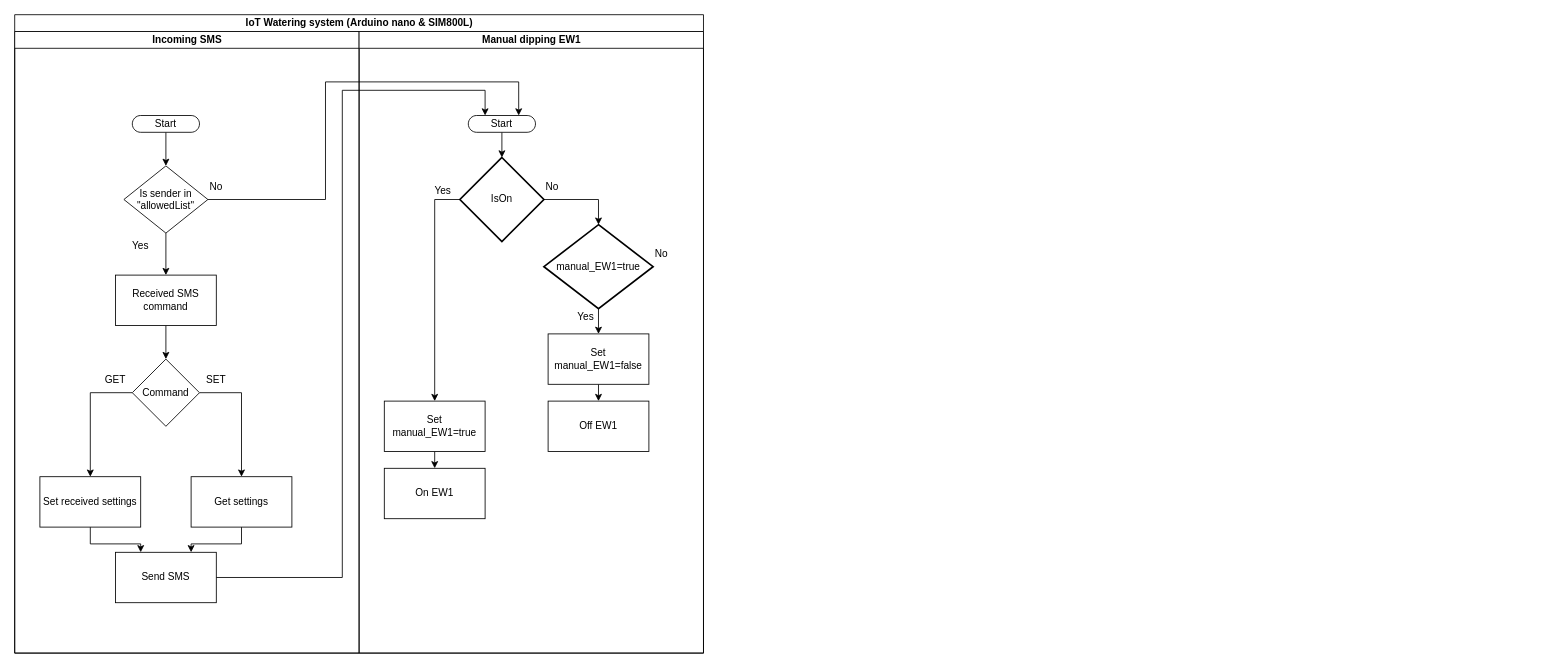
SylwekGr/IoTWaterSystem-ArduinoNano_And_SIM800L keeps this draw.io diagram as Flow.drawio. Above is the earlier version. Source tidied: cells renumbered, new cells numbered last; positions are measured from the earlier drawing's top-left corner, leaving out a move shared by most shapes. Both pictures are drawn from the tidied source at 84%, with x=0, y=0 at pixel (14, 14).
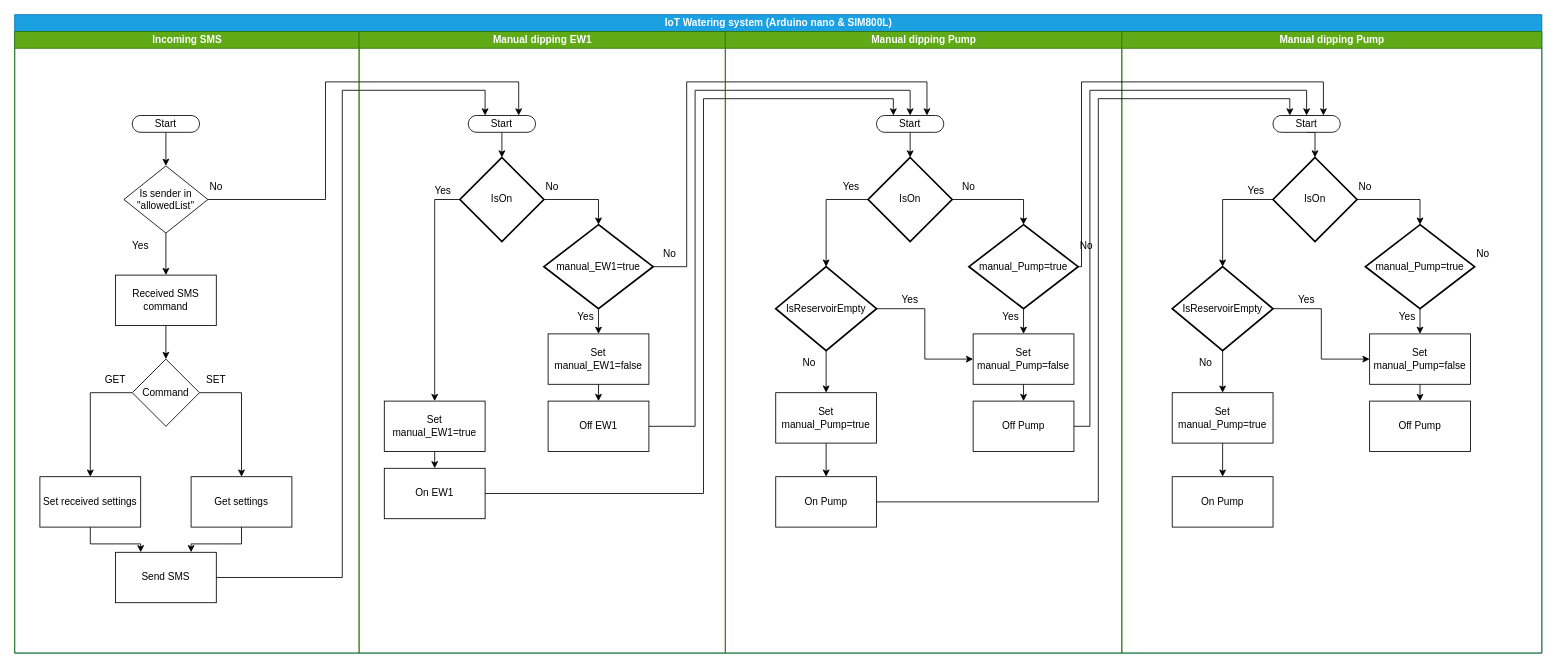
The same page after the edit.

The change refers to these unchanged cells:
```xml
<mxCell id="33" value="&lt;div style=&quot;font-size: 12px;&quot;&gt;manual_EW1=true&lt;br style=&quot;font-size: 12px;&quot;&gt;&lt;/div&gt;" style="strokeWidth=2;html=1;shape=mxgraph.flowchart.decision;whiteSpace=wrap;fontSize=12;" parent="24" vertex="1">
  <mxGeometry x="220" y="230" width="130" height="100" as="geometry" />
</mxCell>
<mxCell id="40" value="On EW1" style="whiteSpace=wrap;html=1;" parent="24" vertex="1">
  <mxGeometry x="30" y="520" width="120" height="60" as="geometry" />
</mxCell>
<mxCell id="41" value="Off EW1" style="whiteSpace=wrap;html=1;" parent="24" vertex="1">
  <mxGeometry x="225" y="440" width="120" height="60" as="geometry" />
</mxCell>
```

Change to the diagram source:
```diff
@@
-    <mxCell id="2" value="IoT Watering system (Arduino nano &amp;amp; SIM800L)" style="swimlane;startSize=20;html=1;" parent="1" vertex="1">
-      <mxGeometry width="820" height="760" as="geometry" />
+    <mxCell id="2" value="IoT Watering system (Arduino nano &amp;amp; SIM800L)" style="swimlane;startSize=20;html=1;strokeColor=#006EAF;fillColor=#1ba1e2;fontColor=#ffffff;" parent="1" vertex="1">
+      <mxGeometry width="1818" height="760" as="geometry" />
     </mxCell>
-    <mxCell id="3" value="Incoming SMS" style="swimlane;startSize=20;html=1;" parent="2" vertex="1">
+    <mxCell id="3" value="Incoming SMS" style="swimlane;startSize=20;html=1;fillColor=#60a917;fontColor=#ffffff;strokeColor=#2D7600;" parent="2" vertex="1">
       <mxGeometry y="20" width="410" height="740" as="geometry" />
     </mxCell>
@@
-    <mxCell id="24" value="Manual dipping EW1" style="swimlane;startSize=20;html=1;" parent="2" vertex="1">
-      <mxGeometry x="410" y="20" width="410" height="740" as="geometry" />
+    <mxCell id="24" value="Manual dipping EW1" style="swimlane;startSize=20;html=1;fillColor=#60a917;fontColor=#ffffff;strokeColor=#2D7600;" parent="2" vertex="1">
+      <mxGeometry x="410" y="20" width="436" height="740" as="geometry" />
     </mxCell>
@@
     <mxCell id="34" value="No" style="text;html=1;strokeColor=none;fillColor=none;align=center;verticalAlign=middle;whiteSpace=wrap;rounded=0;" parent="24" vertex="1">
-      <mxGeometry x="350" y="250" width="20" height="30" as="geometry" />
+      <mxGeometry x="360" y="250" width="20" height="30" as="geometry" />
     </mxCell>
@@
+    <mxCell id="42" style="edgeStyle=orthogonalEdgeStyle;rounded=0;jettySize=auto;html=1;exitX=1;exitY=0.5;exitDx=0;exitDy=0;exitPerimeter=0;entryX=0.75;entryY=0;entryDx=0;entryDy=0;entryPerimeter=0;" parent="2" edge="1" source="33" target="47">
+      <mxGeometry relative="1" as="geometry">
+        <Array as="points">
+          <mxPoint x="800" y="300" />
+          <mxPoint x="800" y="80" />
+          <mxPoint x="1086" y="80" />
+        </Array>
+      </mxGeometry>
+    </mxCell>
+    <mxCell id="43" style="edgeStyle=orthogonalEdgeStyle;rounded=0;jettySize=auto;html=1;exitX=1;exitY=0.5;exitDx=0;exitDy=0;entryX=0.5;entryY=0.5;entryDx=0;entryDy=-10;entryPerimeter=0;" parent="2" edge="1" source="41" target="47">
+      <mxGeometry relative="1" as="geometry">
+        <Array as="points">
+          <mxPoint x="810" y="490" />
+          <mxPoint x="810" y="90" />
+          <mxPoint x="1066" y="90" />
+        </Array>
+      </mxGeometry>
+    </mxCell>
+    <mxCell id="44" style="edgeStyle=orthogonalEdgeStyle;rounded=0;jettySize=auto;html=1;exitX=1;exitY=0.5;exitDx=0;exitDy=0;entryX=0.25;entryY=0;entryDx=0;entryDy=0;entryPerimeter=0;" parent="2" edge="1" source="40" target="47">
+      <mxGeometry relative="1" as="geometry">
+        <Array as="points">
+          <mxPoint x="820" y="570" />
+          <mxPoint x="820" y="100" />
+          <mxPoint x="1046" y="100" />
+        </Array>
+      </mxGeometry>
+    </mxCell>
+    <mxCell id="45" value="Manual dipping Pump" style="swimlane;startSize=20;html=1;fillColor=#60a917;fontColor=#ffffff;strokeColor=#2D7600;" parent="2" vertex="1">
+      <mxGeometry x="846" y="20" width="472" height="740" as="geometry" />
+    </mxCell>
+    <mxCell id="46" style="edgeStyle=orthogonalEdgeStyle;rounded=0;jettySize=auto;html=1;exitX=0.5;exitY=0.5;exitDx=0;exitDy=10;exitPerimeter=0;entryX=0.5;entryY=0;entryDx=0;entryDy=0;entryPerimeter=0;" parent="45" edge="1" source="47" target="50">
+      <mxGeometry relative="1" as="geometry" />
+    </mxCell>
+    <mxCell id="47" value="Start" style="html=1;dashed=0;whiteSpace=wrap;shape=mxgraph.dfd.start;" parent="45" vertex="1">
+      <mxGeometry x="180" y="100" width="80" height="20" as="geometry" />
+    </mxCell>
+    <mxCell id="48" style="edgeStyle=orthogonalEdgeStyle;rounded=0;jettySize=auto;html=1;exitX=1;exitY=0.5;exitDx=0;exitDy=0;exitPerimeter=0;entryX=0.5;entryY=0;entryDx=0;entryDy=0;entryPerimeter=0;" parent="45" edge="1" source="50" target="54">
+      <mxGeometry relative="1" as="geometry" />
+    </mxCell>
+    <mxCell id="49" style="edgeStyle=orthogonalEdgeStyle;rounded=0;jettySize=auto;html=1;exitX=0;exitY=0.5;exitDx=0;exitDy=0;exitPerimeter=0;" parent="45" edge="1" source="50" target="65">
+      <mxGeometry relative="1" as="geometry" />
+    </mxCell>
+    <mxCell id="50" value="IsOn" style="strokeWidth=2;html=1;shape=mxgraph.flowchart.decision;whiteSpace=wrap;" parent="45" vertex="1">
+      <mxGeometry x="170" y="150" width="100" height="100" as="geometry" />
+    </mxCell>
+    <mxCell id="51" value="No" style="text;html=1;strokeColor=none;fillColor=none;align=center;verticalAlign=middle;whiteSpace=wrap;rounded=0;" parent="45" vertex="1">
+      <mxGeometry x="280" y="170" width="20" height="30" as="geometry" />
+    </mxCell>
+    <mxCell id="52" value="Yes" style="text;html=1;strokeColor=none;fillColor=none;align=center;verticalAlign=middle;whiteSpace=wrap;rounded=0;" parent="45" vertex="1">
+      <mxGeometry x="140" y="175" width="20" height="20" as="geometry" />
+    </mxCell>
+    <mxCell id="53" style="edgeStyle=orthogonalEdgeStyle;rounded=0;jettySize=auto;html=1;exitX=0.5;exitY=1;exitDx=0;exitDy=0;exitPerimeter=0;entryX=0.5;entryY=0;entryDx=0;entryDy=0;" parent="45" edge="1" source="54" target="57">
+      <mxGeometry relative="1" as="geometry" />
+    </mxCell>
+    <mxCell id="54" value="&lt;div style=&quot;font-size: 12px;&quot;&gt;manual_Pump=true&lt;br style=&quot;font-size: 12px;&quot;&gt;&lt;/div&gt;" style="strokeWidth=2;html=1;shape=mxgraph.flowchart.decision;whiteSpace=wrap;fontSize=12;" parent="45" vertex="1">
+      <mxGeometry x="290" y="230" width="130" height="100" as="geometry" />
+    </mxCell>
+    <mxCell id="55" value="No" style="text;html=1;strokeColor=none;fillColor=none;align=center;verticalAlign=middle;whiteSpace=wrap;rounded=0;" parent="45" vertex="1">
+      <mxGeometry x="420" y="240" width="20" height="30" as="geometry" />
+    </mxCell>
+    <mxCell id="56" style="edgeStyle=orthogonalEdgeStyle;rounded=0;jettySize=auto;html=1;exitX=0.5;exitY=1;exitDx=0;exitDy=0;entryX=0.5;entryY=0;entryDx=0;entryDy=0;" parent="45" edge="1" source="57" target="62">
+      <mxGeometry relative="1" as="geometry" />
+    </mxCell>
+    <mxCell id="57" value="Set manual_Pump=false" style="whiteSpace=wrap;html=1;" parent="45" vertex="1">
+      <mxGeometry x="295" y="360" width="120" height="60" as="geometry" />
+    </mxCell>
+    <mxCell id="58" value="Yes" style="text;html=1;strokeColor=none;fillColor=none;align=center;verticalAlign=middle;whiteSpace=wrap;rounded=0;" parent="45" vertex="1">
+      <mxGeometry x="330" y="330" width="20" height="20" as="geometry" />
+    </mxCell>
+    <mxCell id="59" style="edgeStyle=orthogonalEdgeStyle;rounded=0;jettySize=auto;html=1;exitX=0.5;exitY=1;exitDx=0;exitDy=0;entryX=0.5;entryY=0;entryDx=0;entryDy=0;" parent="45" edge="1" source="60" target="61">
+      <mxGeometry relative="1" as="geometry" />
+    </mxCell>
+    <mxCell id="60" value="Set manual_Pump=true" style="whiteSpace=wrap;html=1;" parent="45" vertex="1">
+      <mxGeometry x="60" y="430" width="120" height="60" as="geometry" />
+    </mxCell>
+    <mxCell id="61" value="On Pump" style="whiteSpace=wrap;html=1;" parent="45" vertex="1">
+      <mxGeometry x="60" y="530" width="120" height="60" as="geometry" />
+    </mxCell>
+    <mxCell id="62" value="Off Pump" style="whiteSpace=wrap;html=1;" parent="45" vertex="1">
+      <mxGeometry x="295" y="440" width="120" height="60" as="geometry" />
+    </mxCell>
+    <mxCell id="63" style="edgeStyle=orthogonalEdgeStyle;rounded=0;jettySize=auto;html=1;exitX=1;exitY=0.5;exitDx=0;exitDy=0;exitPerimeter=0;entryX=0;entryY=0.5;entryDx=0;entryDy=0;" parent="45" edge="1" source="65" target="57">
+      <mxGeometry relative="1" as="geometry" />
+    </mxCell>
+    <mxCell id="64" style="edgeStyle=orthogonalEdgeStyle;rounded=0;jettySize=auto;html=1;exitX=0.5;exitY=1;exitDx=0;exitDy=0;exitPerimeter=0;entryX=0.5;entryY=0;entryDx=0;entryDy=0;" parent="45" edge="1" source="65" target="60">
+      <mxGeometry relative="1" as="geometry" />
+    </mxCell>
+    <mxCell id="65" value="IsReservoirEmpty" style="strokeWidth=2;html=1;shape=mxgraph.flowchart.decision;whiteSpace=wrap;" parent="45" vertex="1">
+      <mxGeometry x="60" y="280" width="120" height="100" as="geometry" />
+    </mxCell>
+    <mxCell id="66" value="Yes" style="text;html=1;strokeColor=none;fillColor=none;align=center;verticalAlign=middle;whiteSpace=wrap;rounded=0;" parent="45" vertex="1">
+      <mxGeometry x="210" y="310" width="20" height="20" as="geometry" />
+    </mxCell>
+    <mxCell id="67" value="No" style="text;html=1;strokeColor=none;fillColor=none;align=center;verticalAlign=middle;whiteSpace=wrap;rounded=0;" parent="45" vertex="1">
+      <mxGeometry x="90" y="380" width="20" height="30" as="geometry" />
+    </mxCell>
+    <mxCell id="68" value="Manual dipping Pump" style="swimlane;startSize=20;html=1;fillColor=#60a917;fontColor=#ffffff;strokeColor=#2D7600;" parent="2" vertex="1">
+      <mxGeometry x="1318" y="20" width="500" height="740" as="geometry" />
+    </mxCell>
+    <mxCell id="69" style="edgeStyle=orthogonalEdgeStyle;rounded=0;jettySize=auto;html=1;exitX=0.5;exitY=0.5;exitDx=0;exitDy=10;exitPerimeter=0;entryX=0.5;entryY=0;entryDx=0;entryDy=0;entryPerimeter=0;" parent="68" edge="1" source="70" target="73">
+      <mxGeometry relative="1" as="geometry" />
+    </mxCell>
+    <mxCell id="70" value="Start" style="html=1;dashed=0;whiteSpace=wrap;shape=mxgraph.dfd.start;" parent="68" vertex="1">
+      <mxGeometry x="180" y="100" width="80" height="20" as="geometry" />
+    </mxCell>
+    <mxCell id="71" style="edgeStyle=orthogonalEdgeStyle;rounded=0;jettySize=auto;html=1;exitX=1;exitY=0.5;exitDx=0;exitDy=0;exitPerimeter=0;entryX=0.5;entryY=0;entryDx=0;entryDy=0;entryPerimeter=0;" parent="68" edge="1" source="73" target="77">
+      <mxGeometry relative="1" as="geometry" />
+    </mxCell>
+    <mxCell id="72" style="edgeStyle=orthogonalEdgeStyle;rounded=0;jettySize=auto;html=1;exitX=0;exitY=0.5;exitDx=0;exitDy=0;exitPerimeter=0;" parent="68" edge="1" source="73" target="88">
+      <mxGeometry relative="1" as="geometry" />
+    </mxCell>
+    <mxCell id="73" value="IsOn" style="strokeWidth=2;html=1;shape=mxgraph.flowchart.decision;whiteSpace=wrap;" parent="68" vertex="1">
+      <mxGeometry x="180" y="150" width="100" height="100" as="geometry" />
+    </mxCell>
+    <mxCell id="74" value="No" style="text;html=1;strokeColor=none;fillColor=none;align=center;verticalAlign=middle;whiteSpace=wrap;rounded=0;" parent="68" vertex="1">
+      <mxGeometry x="280" y="170" width="20" height="30" as="geometry" />
+    </mxCell>
+    <mxCell id="75" value="Yes" style="text;html=1;strokeColor=none;fillColor=none;align=center;verticalAlign=middle;whiteSpace=wrap;rounded=0;" parent="68" vertex="1">
+      <mxGeometry x="150" y="180" width="20" height="20" as="geometry" />
+    </mxCell>
+    <mxCell id="76" style="edgeStyle=orthogonalEdgeStyle;rounded=0;jettySize=auto;html=1;exitX=0.5;exitY=1;exitDx=0;exitDy=0;exitPerimeter=0;entryX=0.5;entryY=0;entryDx=0;entryDy=0;" parent="68" edge="1" source="77" target="80">
+      <mxGeometry relative="1" as="geometry" />
+    </mxCell>
+    <mxCell id="77" value="&lt;div style=&quot;font-size: 12px;&quot;&gt;manual_Pump=true&lt;br style=&quot;font-size: 12px;&quot;&gt;&lt;/div&gt;" style="strokeWidth=2;html=1;shape=mxgraph.flowchart.decision;whiteSpace=wrap;fontSize=12;" parent="68" vertex="1">
+      <mxGeometry x="290" y="230" width="130" height="100" as="geometry" />
+    </mxCell>
+    <mxCell id="78" value="No" style="text;html=1;strokeColor=none;fillColor=none;align=center;verticalAlign=middle;whiteSpace=wrap;rounded=0;" parent="68" vertex="1">
+      <mxGeometry x="420" y="250" width="20" height="30" as="geometry" />
+    </mxCell>
+    <mxCell id="79" style="edgeStyle=orthogonalEdgeStyle;rounded=0;jettySize=auto;html=1;exitX=0.5;exitY=1;exitDx=0;exitDy=0;entryX=0.5;entryY=0;entryDx=0;entryDy=0;" parent="68" edge="1" source="80" target="85">
+      <mxGeometry relative="1" as="geometry" />
+    </mxCell>
+    <mxCell id="80" value="Set manual_Pump=false" style="whiteSpace=wrap;html=1;" parent="68" vertex="1">
+      <mxGeometry x="295" y="360" width="120" height="60" as="geometry" />
+    </mxCell>
+    <mxCell id="81" value="Yes" style="text;html=1;strokeColor=none;fillColor=none;align=center;verticalAlign=middle;whiteSpace=wrap;rounded=0;" parent="68" vertex="1">
+      <mxGeometry x="330" y="330" width="20" height="20" as="geometry" />
+    </mxCell>
+    <mxCell id="82" style="edgeStyle=orthogonalEdgeStyle;rounded=0;jettySize=auto;html=1;exitX=0.5;exitY=1;exitDx=0;exitDy=0;entryX=0.5;entryY=0;entryDx=0;entryDy=0;" parent="68" edge="1" source="83" target="84">
+      <mxGeometry relative="1" as="geometry" />
+    </mxCell>
+    <mxCell id="83" value="Set manual_Pump=true" style="whiteSpace=wrap;html=1;" parent="68" vertex="1">
+      <mxGeometry x="60" y="430" width="120" height="60" as="geometry" />
+    </mxCell>
+    <mxCell id="84" value="On Pump" style="whiteSpace=wrap;html=1;" parent="68" vertex="1">
+      <mxGeometry x="60" y="530" width="120" height="60" as="geometry" />
+    </mxCell>
+    <mxCell id="85" value="Off Pump" style="whiteSpace=wrap;html=1;" parent="68" vertex="1">
+      <mxGeometry x="295" y="440" width="120" height="60" as="geometry" />
+    </mxCell>
+    <mxCell id="86" style="edgeStyle=orthogonalEdgeStyle;rounded=0;jettySize=auto;html=1;exitX=1;exitY=0.5;exitDx=0;exitDy=0;exitPerimeter=0;entryX=0;entryY=0.5;entryDx=0;entryDy=0;" parent="68" edge="1" source="88" target="80">
+      <mxGeometry relative="1" as="geometry" />
+    </mxCell>
+    <mxCell id="87" style="edgeStyle=orthogonalEdgeStyle;rounded=0;jettySize=auto;html=1;exitX=0.5;exitY=1;exitDx=0;exitDy=0;exitPerimeter=0;entryX=0.5;entryY=0;entryDx=0;entryDy=0;" parent="68" edge="1" source="88" target="83">
+      <mxGeometry relative="1" as="geometry" />
+    </mxCell>
+    <mxCell id="88" value="IsReservoirEmpty" style="strokeWidth=2;html=1;shape=mxgraph.flowchart.decision;whiteSpace=wrap;" parent="68" vertex="1">
+      <mxGeometry x="60" y="280" width="120" height="100" as="geometry" />
+    </mxCell>
+    <mxCell id="89" value="Yes" style="text;html=1;strokeColor=none;fillColor=none;align=center;verticalAlign=middle;whiteSpace=wrap;rounded=0;" parent="68" vertex="1">
+      <mxGeometry x="210" y="310" width="20" height="20" as="geometry" />
+    </mxCell>
+    <mxCell id="90" value="No" style="text;html=1;strokeColor=none;fillColor=none;align=center;verticalAlign=middle;whiteSpace=wrap;rounded=0;" parent="68" vertex="1">
+      <mxGeometry x="90" y="380" width="20" height="30" as="geometry" />
+    </mxCell>
+    <mxCell id="91" style="edgeStyle=orthogonalEdgeStyle;rounded=0;jettySize=auto;html=1;exitX=1;exitY=0.5;exitDx=0;exitDy=0;exitPerimeter=0;entryX=0.75;entryY=0;entryDx=0;entryDy=0;entryPerimeter=0;" parent="2" edge="1" source="54" target="70">
+      <mxGeometry relative="1" as="geometry">
+        <Array as="points">
+          <mxPoint x="1270" y="300" />
+          <mxPoint x="1270" y="80" />
+          <mxPoint x="1558" y="80" />
+        </Array>
+      </mxGeometry>
+    </mxCell>
+    <mxCell id="92" style="edgeStyle=orthogonalEdgeStyle;rounded=0;jettySize=auto;html=1;exitX=1;exitY=0.5;exitDx=0;exitDy=0;entryX=0.5;entryY=0.5;entryDx=0;entryDy=-10;entryPerimeter=0;" parent="2" edge="1" source="62" target="70">
+      <mxGeometry relative="1" as="geometry">
+        <Array as="points">
+          <mxPoint x="1280" y="490" />
+          <mxPoint x="1280" y="90" />
+          <mxPoint x="1538" y="90" />
+        </Array>
+      </mxGeometry>
+    </mxCell>
+    <mxCell id="93" style="edgeStyle=orthogonalEdgeStyle;rounded=0;jettySize=auto;html=1;exitX=1;exitY=0.5;exitDx=0;exitDy=0;entryX=0.25;entryY=0;entryDx=0;entryDy=0;entryPerimeter=0;" parent="2" edge="1" source="61" target="70">
+      <mxGeometry relative="1" as="geometry">
+        <Array as="points">
+          <mxPoint x="1290" y="580" />
+          <mxPoint x="1290" y="100" />
+          <mxPoint x="1518" y="100" />
+        </Array>
+      </mxGeometry>
+    </mxCell>
```
